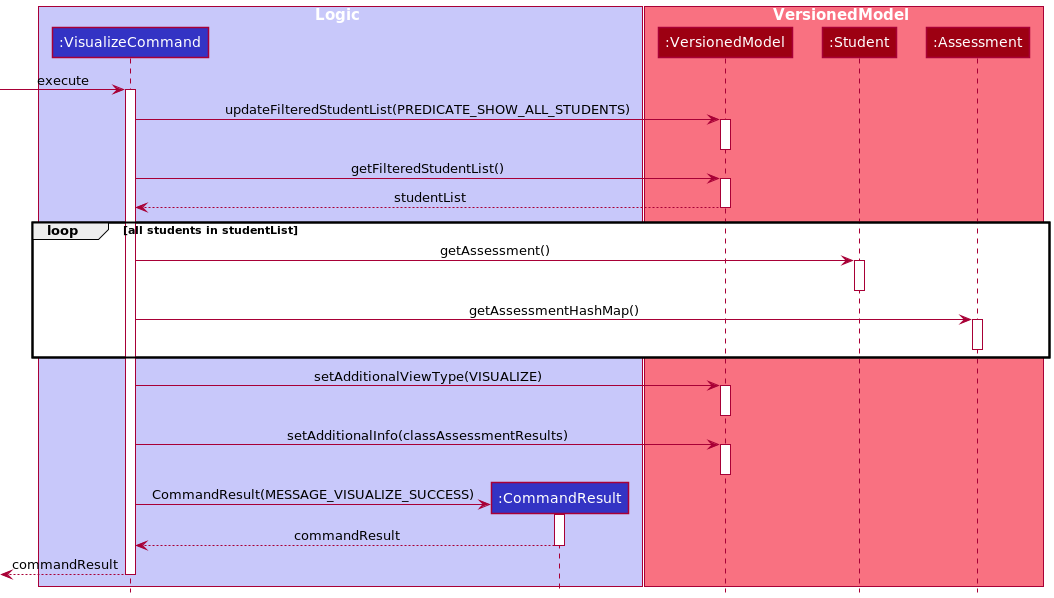
Before: docs/images/dg/logic/commands/visualizecommand/VisualizeCommandSequenceDiagram.png, a diagram exported from PlantUML (nus-cs2103-AY2122S1/tp).
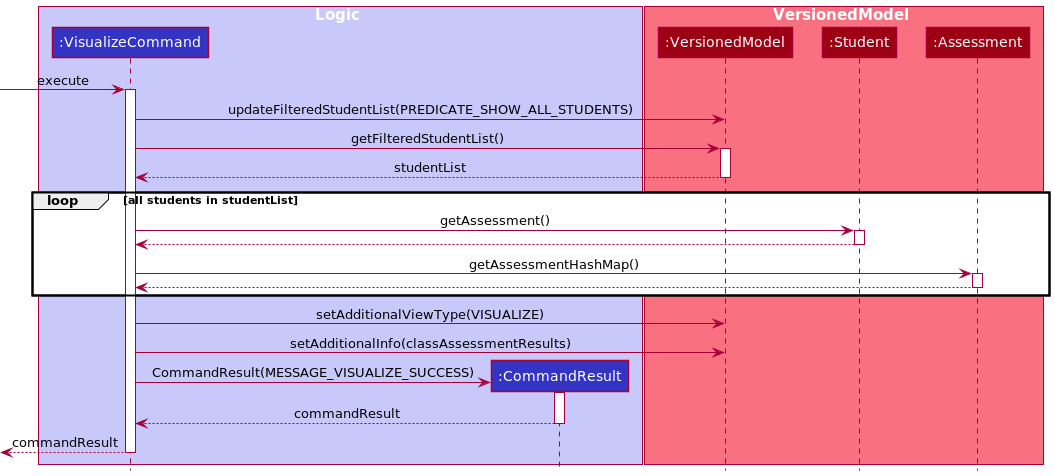
After the commit.

Commit message:
Fix visualize sequence diagram

The edit, as a diff of the source:
```diff
@@ -13,21 +13,18 @@
 end box
 
 -> vc ++ :execute
-vc -> mm ++ :updateFilteredStudentList(PREDICATE_SHOW_ALL_STUDENTS)
-deactivate
+vc -> mm :updateFilteredStudentList(PREDICATE_SHOW_ALL_STUDENTS)
 vc -> mm ++ :getFilteredStudentList()
 return studentList
 loop all students in studentList
     vc -> st ++ :getAssessment()
-    deactivate
+    return
     vc -> as ++ :getAssessmentHashMap()
-    deactivate
+    return
 end
 
-vc -> mm ++ :setAdditionalViewType(VISUALIZE)
-deactivate
-vc -> mm ++ :setAdditionalInfo(classAssessmentResults)
-deactivate
+vc -> mm :setAdditionalViewType(VISUALIZE)
+vc -> mm :setAdditionalInfo(classAssessmentResults)
 
 create result
 vc -> result ++ :CommandResult(MESSAGE_VISUALIZE_SUCCESS)
```
